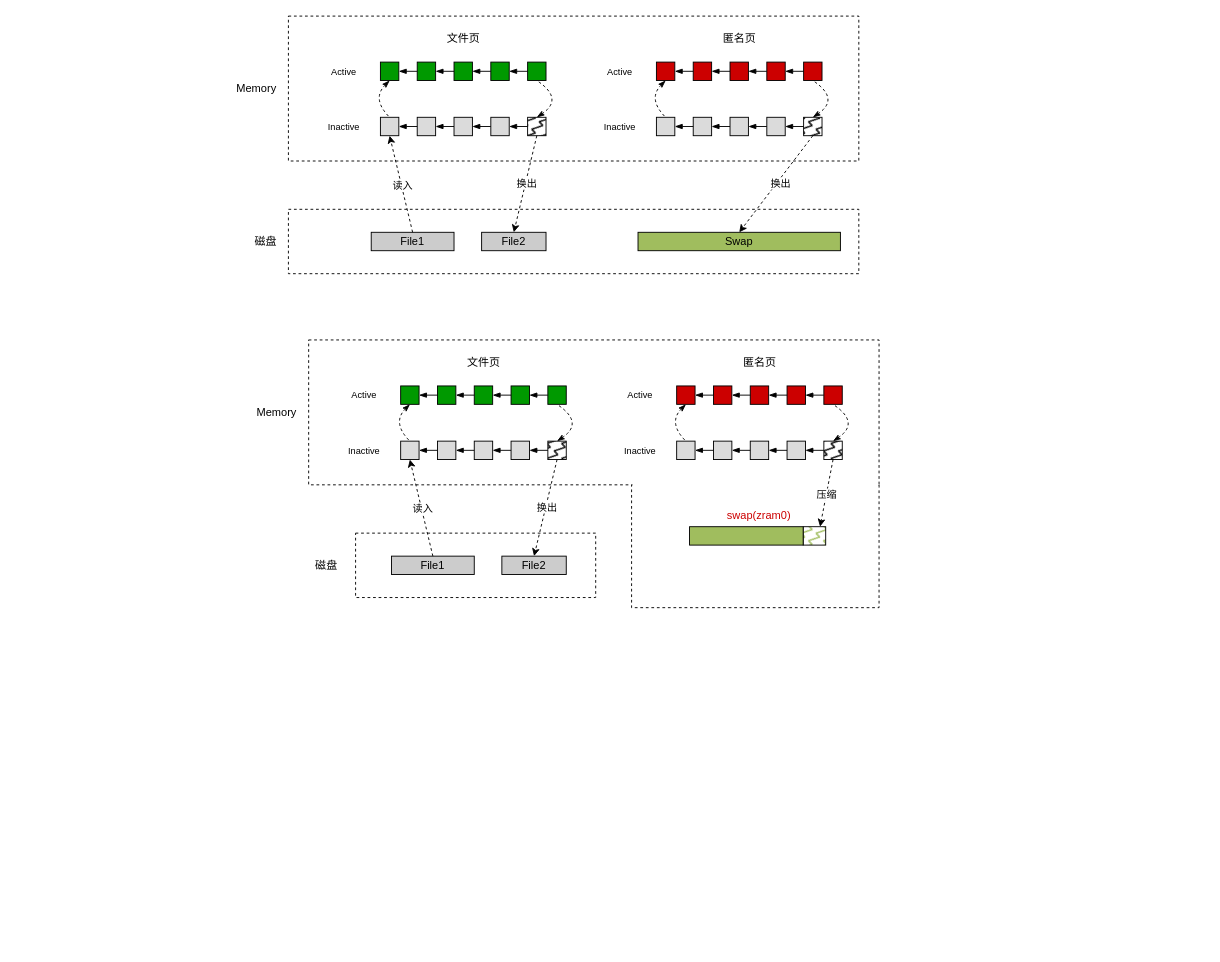
The draw.io diagram memorycompress.drawio in payall4u/draw.io, before the edit. Source tidied: cells renumbered, new cells numbered last; positions are measured from the earlier drawing's top-left corner, leaving out a move shared by most shapes. Both pictures are drawn from the tidied source at 92%, with x=0, y=0 at pixel (224, 16).
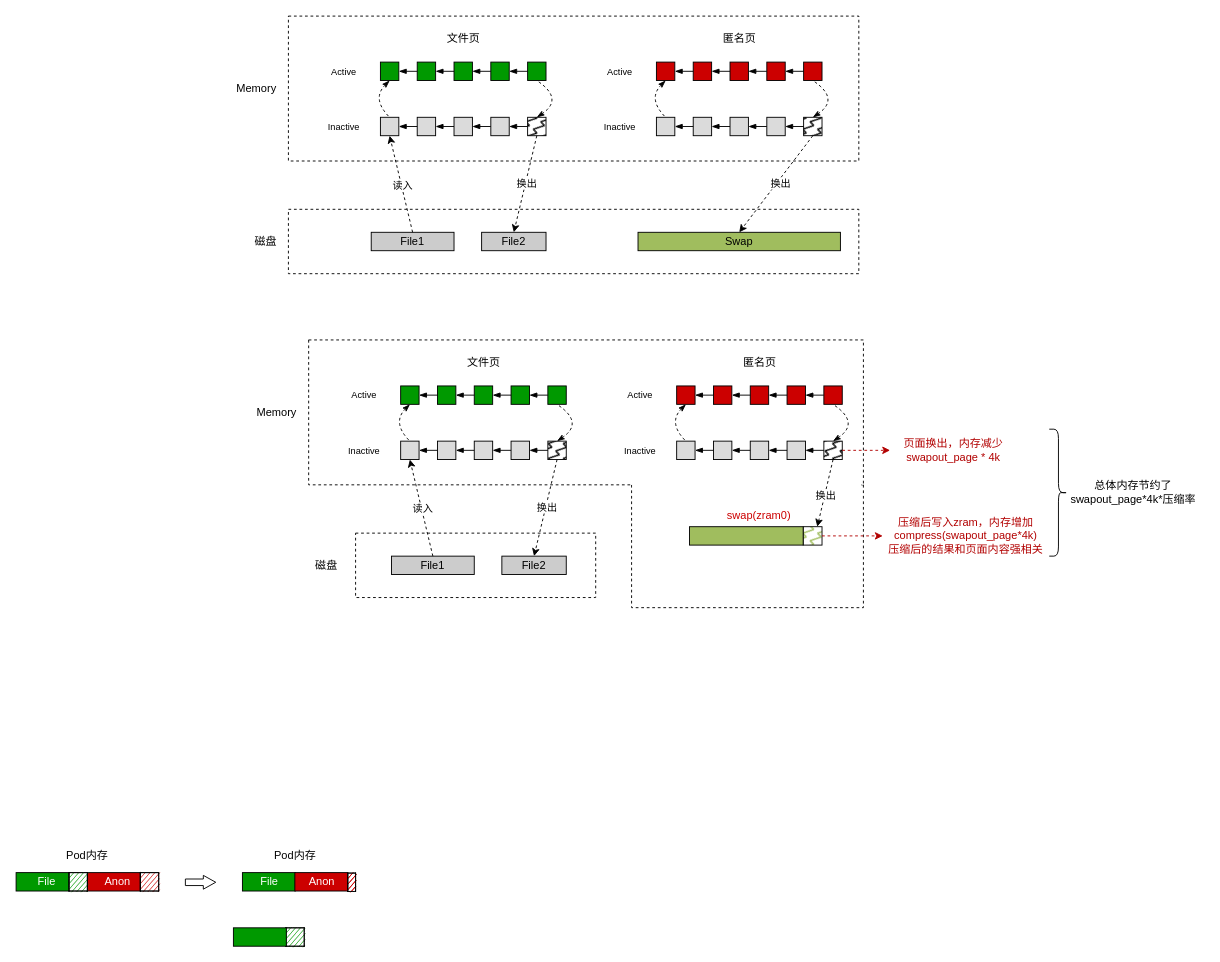
The same diagram, later.

The change refers to these unchanged cells:
```xml
<mxCell id="98" style="rounded=0;whiteSpace=wrap;html=1;fillColor=#000000;fillStyle=zigzag-line;" parent="1" vertex="1">
  <mxGeometry x="652" y="462" width="20" height="20" as="geometry" />
</mxCell>
<mxCell id="120" style="rounded=0;jettySize=auto;html=1;exitX=0.5;exitY=1;exitDx=0;exitDy=0;entryX=0.75;entryY=0;entryDx=0;entryDy=0;dashed=1;" parent="1" edge="1" source="98" target="118">
  <mxGeometry relative="1" as="geometry" />
</mxCell>
```

Diff of the diagram source:
```diff
@@
     <mxCell id="2" style="shape=trapezoid;perimeter=trapezoidPerimeter;whiteSpace=wrap;html=1;fixedSize=1;rotation=-180;size=-150;dashed=1;" parent="1" vertex="1">
-      <mxGeometry x="443" y="509.5" width="269" height="133.5" as="geometry" />
+      <mxGeometry x="443" y="509.5" width="252" height="133.5" as="geometry" />
     </mxCell>
@@
     <mxCell id="62" style="rounded=0;whiteSpace=wrap;html=1;dashed=1;" parent="1" vertex="1">
-      <mxGeometry x="92" y="352" width="620" height="157.5" as="geometry" />
+      <mxGeometry x="92" y="352" width="603" height="157.5" as="geometry" />
     </mxCell>
@@
-    <mxCell id="96" style="rounded=0;whiteSpace=wrap;html=1;fillColor=#DBDBDB;" parent="1" vertex="1">
+    <mxCell id="96" style="rounded=0;whiteSpace=wrap;html=1;fillColor=#DBDBDB;fillStyle=solid;" parent="1" vertex="1">
       <mxGeometry x="612" y="462" width="20" height="20" as="geometry" />
     </mxCell>
@@
     <mxCell id="118" style="rounded=0;whiteSpace=wrap;html=1;fillColor=#A0BD5E;fillStyle=zigzag-line;" parent="1" vertex="1">
-      <mxGeometry x="629.5" y="555" width="24.5" height="20" as="geometry" />
+      <mxGeometry x="629.5" y="555" width="20.5" height="20" as="geometry" />
     </mxCell>
     <mxCell id="119" style="rounded=0;whiteSpace=wrap;html=1;strokeColor=none;" parent="1" vertex="1">
-      <mxGeometry x="444" y="508" width="267" height="6" as="geometry" />
+      <mxGeometry x="444" y="508" width="249" height="6" as="geometry" />
     </mxCell>
@@
-    <mxCell id="121" value="压缩" style="edgeLabel;html=1;align=center;verticalAlign=middle;" parent="120" vertex="1">
+    <mxCell id="121" value="换出" style="edgeLabel;html=1;align=center;verticalAlign=middle;" parent="120" vertex="1">
       <mxGeometry x="-0.13" y="1" relative="1" as="geometry">
         <mxPoint x="-2" y="6" as="offset" />
       </mxGeometry>
     </mxCell>
@@
+    <mxCell id="124" value="页面换出，内存减少 swapout_page * 4k" style="text;html=1;strokeColor=none;fillColor=none;align=center;verticalAlign=middle;whiteSpace=wrap;rounded=0;fontColor=#B20000;" parent="1" vertex="1">
+      <mxGeometry x="724" y="457" width="138" height="30" as="geometry" />
+    </mxCell>
+    <mxCell id="125" style="endArrow=classic;html=1;rounded=0;exitX=1;exitY=0.5;exitDx=0;exitDy=0;fillColor=#e51400;strokeColor=#B20000;dashed=1;" parent="1" edge="1" source="98" target="124">
+      <mxGeometry relative="1" as="geometry" />
+    </mxCell>
+    <mxCell id="126" value="压缩后写入zram，内存增加&lt;br&gt;compress(swapout_page*4k)&lt;br&gt;压缩后的结果和页面内容强相关" style="text;html=1;strokeColor=none;fillColor=none;align=center;verticalAlign=middle;whiteSpace=wrap;rounded=0;fontColor=#B20000;" parent="1" vertex="1">
+      <mxGeometry x="716" y="550" width="181" height="30" as="geometry" />
+    </mxCell>
+    <mxCell id="127" style="endArrow=classic;html=1;rounded=0;exitX=1;exitY=0.5;exitDx=0;exitDy=0;fillColor=#e51400;strokeColor=#B20000;dashed=1;entryX=0;entryY=0.5;entryDx=0;entryDy=0;" parent="1" edge="1" source="118" target="126">
+      <mxGeometry relative="1" as="geometry" />
+    </mxCell>
+    <mxCell id="128" style="shape=curlyBracket;whiteSpace=wrap;html=1;rounded=1;flipH=1;labelPosition=right;verticalLabelPosition=middle;align=left;verticalAlign=middle;" parent="1" vertex="1">
+      <mxGeometry x="897" y="449" width="20" height="138" as="geometry" />
+    </mxCell>
+    <mxCell id="129" value="总体内存节约了&lt;br&gt;swapout_page*4k*压缩率" style="text;html=1;align=center;verticalAlign=middle;strokeColor=none;fillColor=none;" parent="1" vertex="1">
+      <mxGeometry x="911" y="497.5" width="154" height="41" as="geometry" />
+    </mxCell>
+    <mxCell id="130" style="rounded=0;whiteSpace=wrap;html=1;fillColor=#009900;" parent="1" vertex="1">
+      <mxGeometry x="-226" y="931" width="57.5" height="20" as="geometry" />
+    </mxCell>
+    <mxCell id="131" style="rounded=0;whiteSpace=wrap;html=1;fillColor=#CC0000;" parent="1" vertex="1">
+      <mxGeometry x="-148.5" y="931" width="57.5" height="20" as="geometry" />
+    </mxCell>
+    <mxCell id="132" style="rounded=0;whiteSpace=wrap;html=1;fillColor=#CC0000;fillStyle=auto;gradientColor=none;fixDash=0;backgroundOutline=0;fillOpacity=100;strokeOpacity=100;shadow=0;sketch=1;curveFitting=0;jiggle=0;sketchStyle=rough;hachureGap=-2;hachureAngle=-41;" parent="1" vertex="1">
+      <mxGeometry x="-91" y="931" width="20" height="20" as="geometry" />
+    </mxCell>
+    <mxCell id="133" style="rounded=0;whiteSpace=wrap;html=1;fillColor=#009900;fillStyle=auto;gradientColor=none;fixDash=0;backgroundOutline=0;fillOpacity=100;strokeOpacity=100;shadow=0;sketch=1;curveFitting=0;jiggle=0;sketchStyle=rough;hachureGap=-2;hachureAngle=-41;" parent="1" vertex="1">
+      <mxGeometry x="-168.5" y="931" width="20" height="20" as="geometry" />
+    </mxCell>
+    <mxCell id="134" value="Anon" style="text;html=1;align=center;verticalAlign=middle;strokeColor=none;fillColor=none;fontColor=#FFFFFF;" parent="1" vertex="1">
+      <mxGeometry x="-139" y="928" width="46" height="26" as="geometry" />
+    </mxCell>
+    <mxCell id="135" value="File" style="text;html=1;align=center;verticalAlign=middle;strokeColor=none;fillColor=none;fontColor=#FFFFFF;" parent="1" vertex="1">
+      <mxGeometry x="-211.5" y="928" width="37" height="26" as="geometry" />
+    </mxCell>
+    <mxCell id="136" value="Pod内存" style="text;html=1;align=center;verticalAlign=middle;strokeColor=none;fillColor=none;" parent="1" vertex="1">
+      <mxGeometry x="-180.5" y="900" width="63" height="26" as="geometry" />
+    </mxCell>
+    <mxCell id="137" style="rounded=0;whiteSpace=wrap;html=1;fillColor=#009900;" parent="1" vertex="1">
+      <mxGeometry x="20" y="931" width="57.5" height="20" as="geometry" />
+    </mxCell>
+    <mxCell id="138" style="rounded=0;whiteSpace=wrap;html=1;fillColor=#CC0000;" parent="1" vertex="1">
+      <mxGeometry x="77" y="931" width="57.5" height="20" as="geometry" />
+    </mxCell>
+    <mxCell id="139" style="rounded=0;whiteSpace=wrap;html=1;fillColor=#009900;fillStyle=auto;gradientColor=none;fixDash=0;backgroundOutline=0;fillOpacity=100;strokeOpacity=100;shadow=0;sketch=1;curveFitting=0;jiggle=0;sketchStyle=rough;hachureGap=-2;hachureAngle=-41;" parent="1" vertex="1">
+      <mxGeometry x="67.2" y="991" width="20" height="20" as="geometry" />
+    </mxCell>
+    <mxCell id="140" value="Anon" style="text;html=1;align=center;verticalAlign=middle;strokeColor=none;fillColor=none;fontColor=#FFFFFF;" parent="1" vertex="1">
+      <mxGeometry x="82.8" y="928" width="46" height="26" as="geometry" />
+    </mxCell>
+    <mxCell id="141" value="File" style="text;html=1;align=center;verticalAlign=middle;strokeColor=none;fillColor=none;fontColor=#FFFFFF;" parent="1" vertex="1">
+      <mxGeometry x="30.2" y="928" width="37" height="26" as="geometry" />
+    </mxCell>
+    <mxCell id="142" value="Pod内存" style="text;html=1;align=center;verticalAlign=middle;strokeColor=none;fillColor=none;" parent="1" vertex="1">
+      <mxGeometry x="45" y="900" width="63" height="26" as="geometry" />
+    </mxCell>
+    <mxCell id="143" style="shape=singleArrow;whiteSpace=wrap;html=1;arrowWidth=0.4740484429065712;arrowSize=0.4085561497326198;" parent="1" vertex="1">
+      <mxGeometry x="-42" y="934" width="33" height="15" as="geometry" />
+    </mxCell>
+    <mxCell id="144" style="rounded=0;whiteSpace=wrap;html=1;fillColor=#009900;" parent="1" vertex="1">
+      <mxGeometry x="10.2" y="991" width="57.5" height="20" as="geometry" />
+    </mxCell>
+    <mxCell id="145" style="rounded=0;whiteSpace=wrap;html=1;fillColor=#CC0000;fillStyle=hachure;gradientColor=none;fixDash=0;backgroundOutline=0;fillOpacity=100;strokeOpacity=100;shadow=0;sketch=1;curveFitting=0;jiggle=0;sketchStyle=rough;hachureGap=-30;hachureAngle=-41;fillWeight=1;" parent="1" vertex="1">
+      <mxGeometry x="134.5" y="931.5" width="8.5" height="20" as="geometry" />
+    </mxCell>
```
